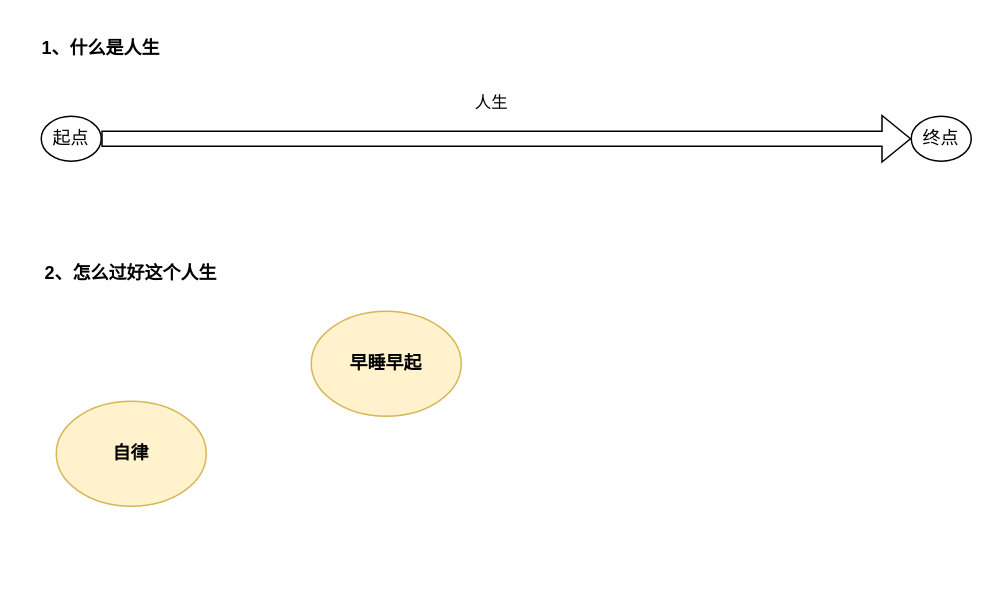
Earlier version of the draw.io diagram 未命名绘图.drawio (dengyulong/PublicStore). Source tidied: cells renumbered, new cells numbered last; positions are measured from the earlier drawing's top-left corner, leaving out a move shared by most shapes. Both pictures are drawn from the tidied source at 150%, with x=0, y=0 at pixel (26, 26).
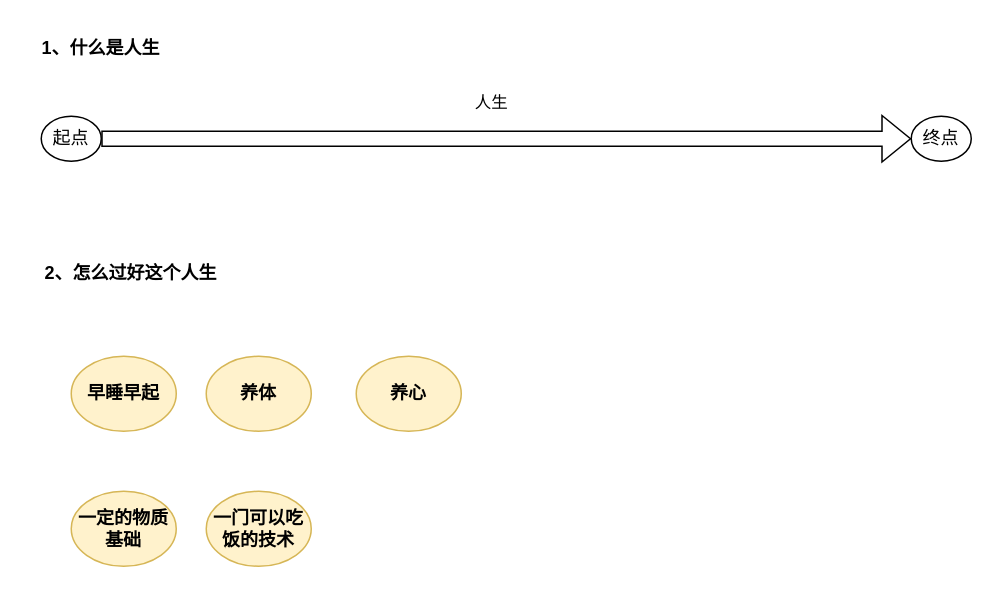
Above is the later version.

Commit message (it also covers changes not shown here):
更新未命名绘图.drawio

The edit, as a diff of the source:
```diff
@@
 <mxGraphModel>
   <root>
     <mxCell id="0" />
     <mxCell id="1" parent="0" />
     <mxCell id="2" value="起点" style="ellipse;whiteSpace=wrap;html=1;" parent="1" vertex="1">
       <mxGeometry x="10" y="60" width="40" height="30" as="geometry" />
     </mxCell>
     <mxCell id="3" value="终点" style="ellipse;whiteSpace=wrap;html=1;" parent="1" vertex="1">
       <mxGeometry x="590" y="60" width="40" height="30" as="geometry" />
     </mxCell>
     <mxCell id="4" style="shape=flexArrow;endArrow=classic;html=1;rounded=0;exitX=1;exitY=0.5;exitDx=0;exitDy=0;entryX=0;entryY=0.5;entryDx=0;entryDy=0;" parent="1" edge="1" source="2" target="3">
       <mxGeometry relative="1" as="geometry" />
     </mxCell>
     <mxCell id="5" value="人生" style="edgeLabel;html=1;align=center;verticalAlign=middle;" parent="4" vertex="1">
       <mxGeometry x="-0.21" y="-4" relative="1" as="geometry">
         <mxPoint x="46" y="-29" as="offset" />
       </mxGeometry>
     </mxCell>
     <mxCell id="6" value="1、什么是人生" style="text;html=1;strokeColor=none;fillColor=none;align=center;verticalAlign=middle;whiteSpace=wrap;rounded=0;fontStyle=1;" parent="1" vertex="1">
       <mxGeometry width="100" height="30" as="geometry" />
     </mxCell>
     <mxCell id="7" value="2、怎么过好这个人生" style="text;html=1;strokeColor=none;fillColor=none;align=center;verticalAlign=middle;whiteSpace=wrap;rounded=0;fontStyle=1;" parent="1" vertex="1">
       <mxGeometry y="150" width="140" height="30" as="geometry" />
     </mxCell>
-    <mxCell id="8" value="自律" style="ellipse;whiteSpace=wrap;html=1;labelBackgroundColor=none;fillColor=#fff2cc;strokeColor=#d6b656;fontStyle=1;" parent="1" vertex="1">
-      <mxGeometry x="20" y="250" width="100" height="70" as="geometry" />
-    </mxCell>
     <mxCell id="9" value="早睡早起" style="ellipse;whiteSpace=wrap;html=1;labelBackgroundColor=none;fillColor=#fff2cc;strokeColor=#d6b656;fontStyle=1;" parent="1" vertex="1">
-      <mxGeometry x="190" y="190" width="100" height="70" as="geometry" />
+      <mxGeometry x="30" y="220" width="70" height="50" as="geometry" />
     </mxCell>
+    <mxCell id="10" value="养体" style="ellipse;whiteSpace=wrap;html=1;labelBackgroundColor=none;fillColor=#fff2cc;strokeColor=#d6b656;fontStyle=1;" parent="1" vertex="1">
+      <mxGeometry x="120" y="220" width="70" height="50" as="geometry" />
+    </mxCell>
+    <mxCell id="11" value="养心" style="ellipse;whiteSpace=wrap;html=1;labelBackgroundColor=none;fillColor=#fff2cc;strokeColor=#d6b656;fontStyle=1;" parent="1" vertex="1">
+      <mxGeometry x="220" y="220" width="70" height="50" as="geometry" />
+    </mxCell>
+    <mxCell id="12" value="一定的物质基础" style="ellipse;whiteSpace=wrap;html=1;labelBackgroundColor=none;fillColor=#fff2cc;strokeColor=#d6b656;fontStyle=1;" parent="1" vertex="1">
+      <mxGeometry x="30" y="310" width="70" height="50" as="geometry" />
+    </mxCell>
+    <mxCell id="13" value="一门可以吃饭的技术" style="ellipse;whiteSpace=wrap;html=1;labelBackgroundColor=none;fillColor=#fff2cc;strokeColor=#d6b656;fontStyle=1;" parent="1" vertex="1">
+      <mxGeometry x="120" y="310" width="70" height="50" as="geometry" />
+    </mxCell>
   </root>
 </mxGraphModel>
```
